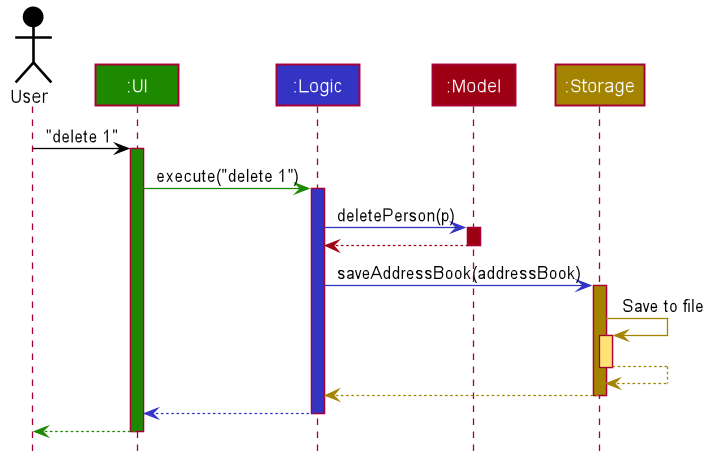
Before: docs/images/ArchitectureSequenceDiagram.png, a diagram exported from PlantUML (nus-cs2103-AY2122S1/tp).
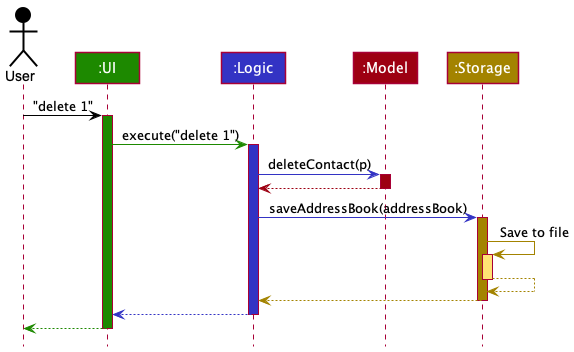
The same diagram one commit later.

Change to the diagram source:
```diff
@@ -1,85 +1,38 @@
 @startuml
+!include style.puml
 
+Actor User as user USER_COLOR
+Participant ":UI" as ui UI_COLOR
+Participant ":Logic" as logic LOGIC_COLOR
+Participant ":Model" as model MODEL_COLOR
+Participant ":Storage" as storage STORAGE_COLOR
 
+user -[USER_COLOR]> ui : "delete 1"
+activate ui UI_COLOR
 
+ui -[UI_COLOR]> logic : execute("delete 1")
+activate logic LOGIC_COLOR
 
+logic -[LOGIC_COLOR]> model : deleteContact(p)
+activate model MODEL_COLOR
 
-
-
-
-skinparam BackgroundColor #FFFFFFF
-
-skinparam Shadowing false
-
-skinparam Class {
-    FontColor #FFFFFF
-    BorderThickness 1
-    BorderColor #FFFFFF
-    StereotypeFontColor #FFFFFF
-    FontName Arial
-}
-
-skinparam Actor {
-    BorderColor #000000
-    Color #000000
-    FontName Arial
-}
-
-skinparam Sequence {
-    MessageAlign center
-    BoxFontSize 15
-    BoxPadding 0
-    BoxFontColor #FFFFFF
-    FontName Arial
-}
-
-skinparam Participant {
-    FontColor #FFFFFFF
-    Padding 20
-}
-
-skinparam MinClassWidth 50
-skinparam ParticipantPadding 10
-skinparam Shadowing false
-skinparam DefaultTextAlignment center
-skinparam packageStyle Rectangle
-
-hide footbox
-hide members
-hide circle
-
-Actor User as user #000000
-Participant ":UI" as ui #1D8900
-Participant ":Logic" as logic #3333C4
-Participant ":Model" as model #9D0012
-Participant ":Storage" as storage #A38300
-
-user -[#000000]> ui : "delete 1"
-activate ui #1D8900
-
-ui -[#1D8900]> logic : execute("delete 1")
-activate logic #3333C4
-
-logic -[#3333C4]> model : deletePerson(p)
-activate model #9D0012
-
-model -[#9D0012]-> logic
+model -[MODEL_COLOR]-> logic
 deactivate model
 
-logic -[#3333C4]> storage : saveAddressBook(addressBook)
-activate storage #A38300
+logic -[LOGIC_COLOR]> storage : saveAddressBook(addressBook)
+activate storage STORAGE_COLOR
 
-storage -[#A38300]> storage : Save to file
-activate storage #FFE374
-storage --[#A38300]> storage
+storage -[STORAGE_COLOR]> storage : Save to file
+activate storage STORAGE_COLOR_T1
+storage --[STORAGE_COLOR]> storage
 deactivate storage
 
-storage --[#A38300]> logic
+storage --[STORAGE_COLOR]> logic
 deactivate storage
 
-logic --[#3333C4]> ui
+logic --[LOGIC_COLOR]> ui
 deactivate logic
 
-ui--[#1D8900]> user
+ui--[UI_COLOR]> user
 deactivate ui
 @enduml
```
